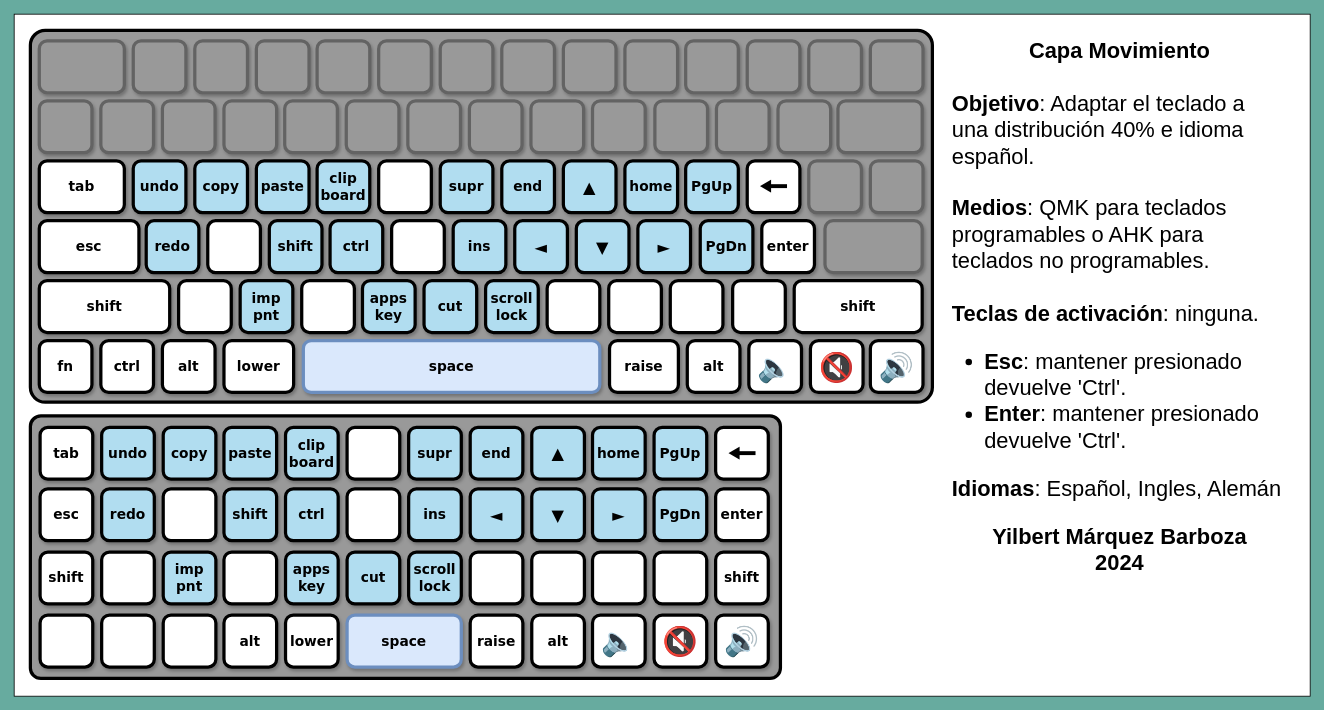
Before: page "Capa de Movimiento y edición" (8 of 14) of Teclado 40% - Diagramas/Teclado personalizado.drawio in Gisalberht/AutoHotkeyV2---Scripts, a draw.io diagram. Source tidied: cells renumbered, new cells numbered last; positions are measured from the earlier drawing's top-left corner, leaving out a move shared by most shapes. Both pictures are drawn from the tidied source at 81%, with x=0, y=0 at pixel (14, 14).
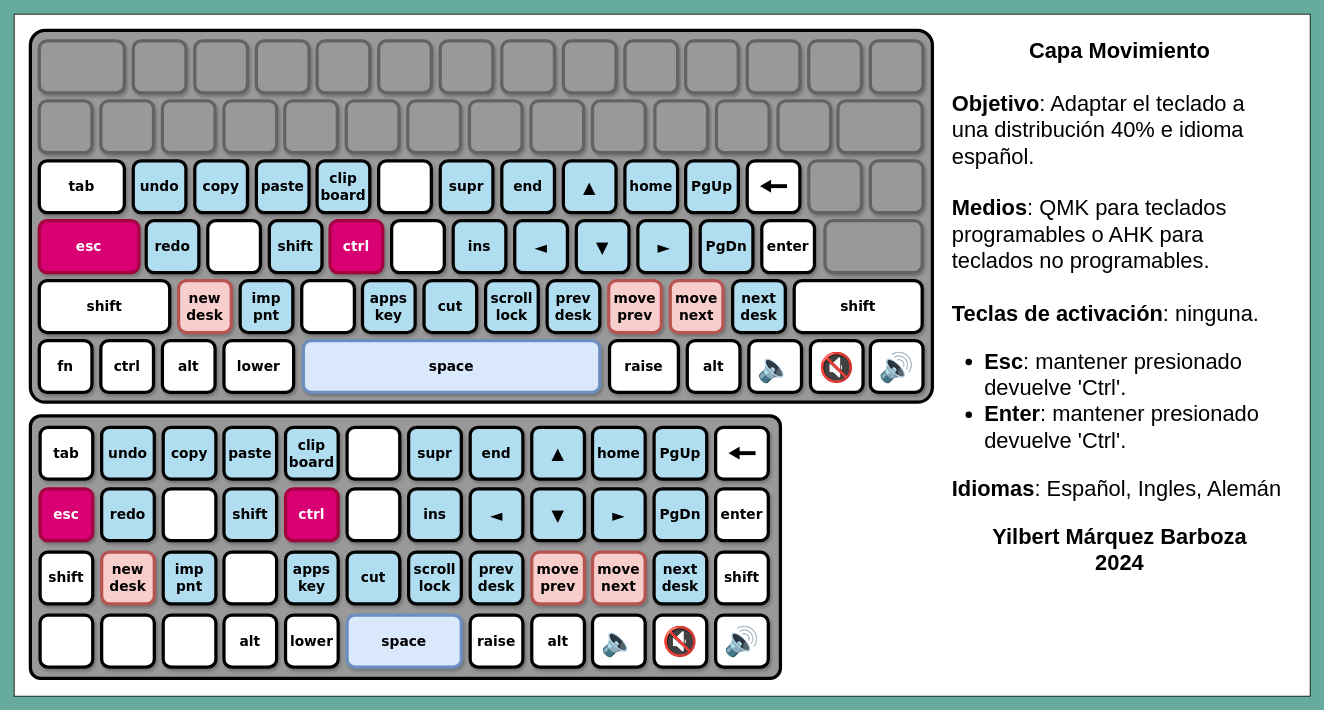
After the change.

The edit, as a diff of the source:
```diff
@@
-    <mxCell id="52" value="ctrl" style="rounded=1;whiteSpace=wrap;html=1;strokeWidth=4;shadow=1;align=center;verticalAlign=middle;fontFamily=Verdana;fontSize=17;fontStyle=1;strokeColor=#000000;fontColor=default;fillColor=#b1ddf0;" parent="6" vertex="1">
+    <mxCell id="52" value="ctrl" style="rounded=1;whiteSpace=wrap;html=1;strokeWidth=4;shadow=1;align=center;verticalAlign=middle;fontFamily=Verdana;fontSize=17;fontStyle=1;strokeColor=#A50040;fillColor=#d80073;fontColor=#ffffff;" parent="6" vertex="1">
       <mxGeometry x="390" y="255" width="65" height="64" as="geometry" />
     </mxCell>
@@
-    <mxCell id="61" value="esc" style="rounded=1;whiteSpace=wrap;html=1;strokeWidth=4;shadow=1;align=center;verticalAlign=middle;fontFamily=Verdana;fontSize=17;fontStyle=1;" parent="6" vertex="1">
+    <mxCell id="61" value="esc" style="rounded=1;whiteSpace=wrap;html=1;strokeWidth=4;shadow=1;align=center;verticalAlign=middle;fontFamily=Verdana;fontSize=17;fontStyle=1;fillColor=#d80073;fontColor=#ffffff;strokeColor=#A50040;" parent="6" vertex="1">
       <mxGeometry x="31" y="255" width="123" height="64" as="geometry" />
     </mxCell>
-    <mxCell id="62" style="rounded=1;whiteSpace=wrap;html=1;strokeWidth=4;shadow=1;align=center;verticalAlign=middle;fontFamily=Verdana;fontSize=17;fontStyle=1;" parent="6" vertex="1">
+    <mxCell id="62" value="new&lt;div&gt;desk&lt;/div&gt;" style="rounded=1;whiteSpace=wrap;html=1;strokeWidth=4;shadow=1;align=center;verticalAlign=middle;fontFamily=Verdana;fontSize=17;fontStyle=1;fillColor=#f8cecc;strokeColor=#b85450;" parent="6" vertex="1">
       <mxGeometry x="203" y="329" width="65" height="64" as="geometry" />
     </mxCell>
@@
-    <mxCell id="68" style="rounded=1;whiteSpace=wrap;html=1;strokeWidth=4;shadow=1;align=center;verticalAlign=middle;fontFamily=Verdana;fontSize=17;fontStyle=1;" parent="6" vertex="1">
+    <mxCell id="68" value="prev&lt;div&gt;desk&lt;/div&gt;" style="rounded=1;whiteSpace=wrap;html=1;strokeWidth=4;shadow=1;align=center;verticalAlign=middle;fontFamily=Verdana;fontSize=17;fontStyle=1;fillColor=#b1ddf0;strokeColor=#000000;absoluteArcSize=1;fontColor=default;" parent="6" vertex="1">
       <mxGeometry x="658" y="329" width="65" height="64" as="geometry" />
     </mxCell>
-    <mxCell id="69" style="rounded=1;whiteSpace=wrap;html=1;strokeWidth=4;shadow=1;align=center;verticalAlign=middle;fontFamily=Verdana;fontSize=20;fontStyle=1;" parent="6" vertex="1">
+    <mxCell id="69" value="move&lt;div&gt;prev&lt;/div&gt;" style="rounded=1;whiteSpace=wrap;html=1;strokeWidth=4;shadow=1;align=center;verticalAlign=middle;fontFamily=Verdana;fontSize=17;fontStyle=1;fillColor=#f8cecc;strokeColor=#b85450;" parent="6" vertex="1">
       <mxGeometry x="734" y="329" width="65" height="64" as="geometry" />
     </mxCell>
-    <mxCell id="70" style="rounded=1;whiteSpace=wrap;html=1;strokeWidth=4;shadow=1;align=center;verticalAlign=middle;fontFamily=Verdana;fontSize=20;fontStyle=1;" parent="6" vertex="1">
+    <mxCell id="70" value="move&lt;div&gt;next&lt;/div&gt;" style="rounded=1;whiteSpace=wrap;html=1;strokeWidth=4;shadow=1;align=center;verticalAlign=middle;fontFamily=Verdana;fontSize=17;fontStyle=1;strokeColor=#b85450;fillColor=#f8cecc;" parent="6" vertex="1">
       <mxGeometry x="810" y="329" width="65" height="64" as="geometry" />
     </mxCell>
-    <mxCell id="71" style="rounded=1;whiteSpace=wrap;html=1;strokeWidth=4;shadow=1;align=center;verticalAlign=middle;fontFamily=Verdana;fontSize=20;fontStyle=1;" parent="6" vertex="1">
+    <mxCell id="71" value="next&lt;div&gt;desk&lt;/div&gt;" style="rounded=1;whiteSpace=wrap;html=1;strokeWidth=4;shadow=1;align=center;verticalAlign=middle;fontFamily=Verdana;fontSize=17;fontStyle=1;strokeColor=#000000;fontColor=default;fillColor=#b1ddf0;" parent="6" vertex="1">
       <mxGeometry x="887" y="329" width="65" height="64" as="geometry" />
     </mxCell>
@@
-    <mxCell id="96" value="esc" style="rounded=1;whiteSpace=wrap;html=1;strokeWidth=4;shadow=1;align=center;verticalAlign=middle;fontFamily=Verdana;fontSize=17;fontStyle=1;" parent="6" vertex="1">
+    <mxCell id="96" value="esc" style="rounded=1;whiteSpace=wrap;html=1;strokeWidth=4;shadow=1;align=center;verticalAlign=middle;fontFamily=Verdana;fontSize=17;fontStyle=1;fillColor=#d80073;fontColor=#ffffff;strokeColor=#A50040;" parent="6" vertex="1">
       <mxGeometry x="32" y="586" width="65" height="64" as="geometry" />
     </mxCell>
@@
-    <mxCell id="100" value="ctrl" style="rounded=1;whiteSpace=wrap;html=1;strokeWidth=4;shadow=1;align=center;verticalAlign=middle;fontFamily=Verdana;fontSize=17;fontStyle=1;strokeColor=#000000;fontColor=default;fillColor=#b1ddf0;" parent="6" vertex="1">
+    <mxCell id="100" value="ctrl" style="rounded=1;whiteSpace=wrap;html=1;strokeWidth=4;shadow=1;align=center;verticalAlign=middle;fontFamily=Verdana;fontSize=17;fontStyle=1;strokeColor=#A50040;fillColor=#d80073;fontColor=#ffffff;" parent="6" vertex="1">
       <mxGeometry x="335" y="586" width="65" height="64" as="geometry" />
     </mxCell>
@@
-    <mxCell id="109" style="rounded=1;whiteSpace=wrap;html=1;strokeWidth=4;shadow=1;align=center;verticalAlign=middle;fontFamily=Verdana;fontSize=17;fontStyle=1;" parent="6" vertex="1">
+    <mxCell id="109" value="new&lt;div&gt;desk&lt;/div&gt;" style="rounded=1;whiteSpace=wrap;html=1;strokeWidth=4;shadow=1;align=center;verticalAlign=middle;fontFamily=Verdana;fontSize=17;fontStyle=1;fillColor=#f8cecc;strokeColor=#b85450;" parent="6" vertex="1">
       <mxGeometry x="108" y="664" width="65" height="64" as="geometry" />
     </mxCell>
@@
-    <mxCell id="115" style="rounded=1;whiteSpace=wrap;html=1;strokeWidth=4;shadow=1;align=center;verticalAlign=middle;fontFamily=Verdana;fontSize=17;fontStyle=1;" parent="6" vertex="1">
+    <mxCell id="115" value="prev&lt;div&gt;desk&lt;/div&gt;" style="rounded=1;whiteSpace=wrap;html=1;strokeWidth=4;shadow=1;align=center;verticalAlign=middle;fontFamily=Verdana;fontSize=17;fontStyle=1;fillColor=#b1ddf0;strokeColor=#000000;absoluteArcSize=1;fontColor=default;" parent="6" vertex="1">
       <mxGeometry x="563" y="664" width="65" height="64" as="geometry" />
     </mxCell>
-    <mxCell id="116" style="rounded=1;whiteSpace=wrap;html=1;strokeWidth=4;shadow=1;align=center;verticalAlign=middle;fontFamily=Verdana;fontSize=17;fontStyle=1;" parent="6" vertex="1">
+    <mxCell id="116" value="move&lt;div&gt;prev&lt;/div&gt;" style="rounded=1;whiteSpace=wrap;html=1;strokeWidth=4;shadow=1;align=center;verticalAlign=middle;fontFamily=Verdana;fontSize=17;fontStyle=1;fillColor=#f8cecc;strokeColor=#b85450;" parent="6" vertex="1">
       <mxGeometry x="639" y="664" width="65" height="64" as="geometry" />
     </mxCell>
-    <mxCell id="117" style="rounded=1;whiteSpace=wrap;html=1;strokeWidth=4;shadow=1;align=center;verticalAlign=middle;fontFamily=Verdana;fontSize=20;fontStyle=1;" parent="6" vertex="1">
+    <mxCell id="117" value="move&lt;div&gt;next&lt;/div&gt;" style="rounded=1;whiteSpace=wrap;html=1;strokeWidth=4;shadow=1;align=center;verticalAlign=middle;fontFamily=Verdana;fontSize=17;fontStyle=1;strokeColor=#b85450;fillColor=#f8cecc;" parent="6" vertex="1">
       <mxGeometry x="714" y="664" width="65" height="64" as="geometry" />
     </mxCell>
-    <mxCell id="118" style="rounded=1;whiteSpace=wrap;html=1;strokeWidth=4;shadow=1;absoluteArcSize=1;align=center;verticalAlign=middle;fontFamily=Verdana;fontSize=20;fontStyle=1;" parent="6" vertex="1">
+    <mxCell id="118" value="next&lt;br&gt;&lt;div&gt;desk&lt;/div&gt;" style="rounded=1;whiteSpace=wrap;html=1;strokeWidth=4;shadow=1;absoluteArcSize=1;align=center;verticalAlign=middle;fontFamily=Verdana;fontSize=17;fontStyle=1;strokeColor=#000000;fontColor=default;fillColor=#b1ddf0;" parent="6" vertex="1">
       <mxGeometry x="790" y="664" width="65" height="64" as="geometry" />
     </mxCell>
```
